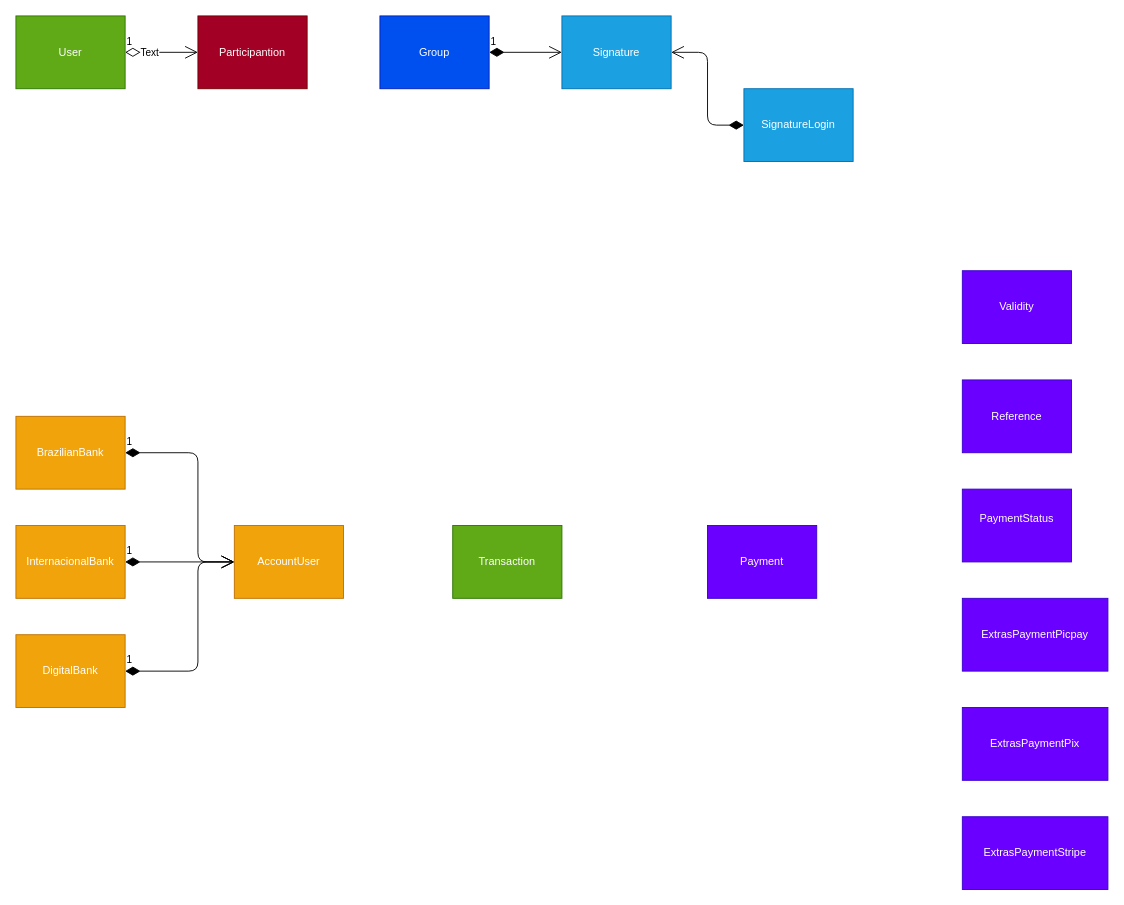
Before: page "Entity model" (3 of 5) of SharEver.drawio in hoiama/UML, a draw.io diagram. Source tidied: cells renumbered, new cells numbered last; positions are measured from the earlier drawing's top-left corner, leaving out a move shared by most shapes. Both pictures are drawn from the tidied source at 91%, with x=0, y=0 at pixel (15, 15).
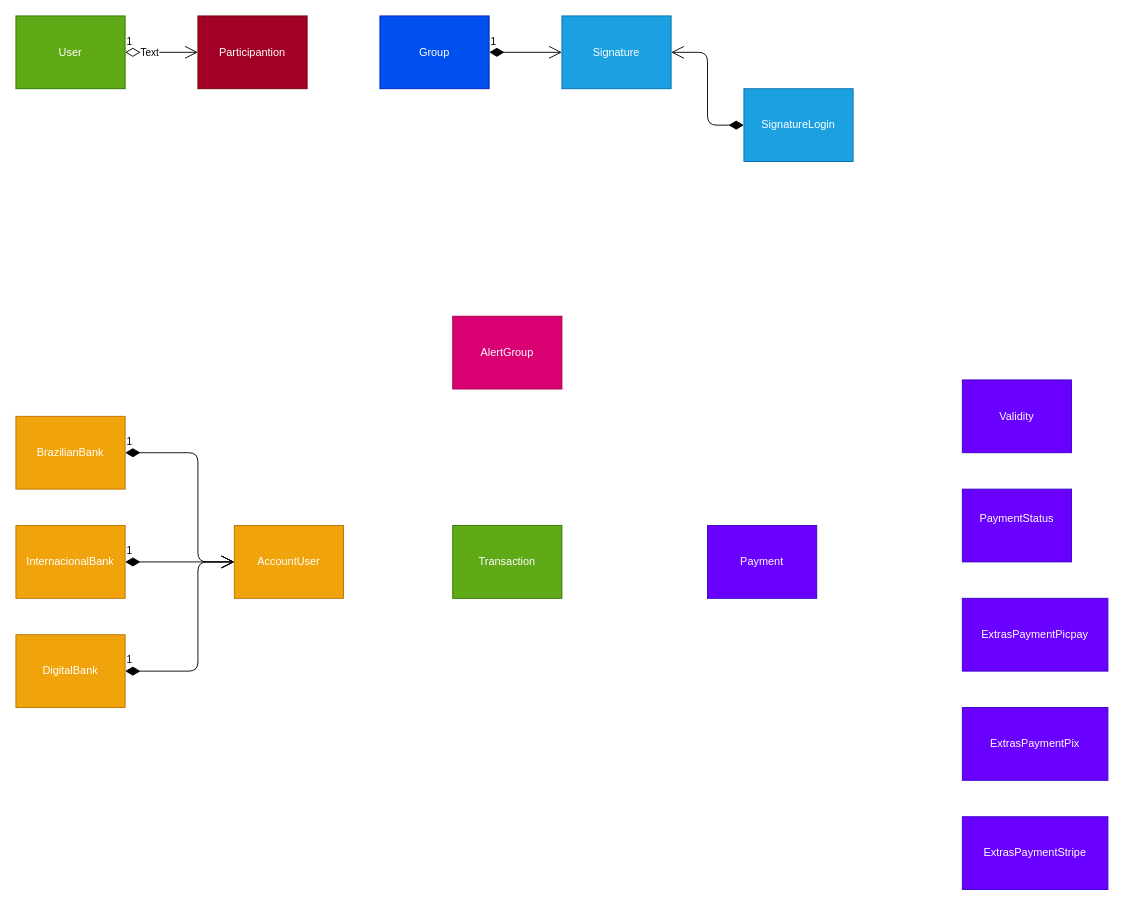
The same diagram, later.

What changed in the source:
```diff
@@
     <mxCell id="14" value="Validity" style="rounded=0;whiteSpace=wrap;html=1;fillColor=#6a00ff;strokeColor=#3700CC;fontColor=#ffffff;" parent="1" vertex="1">
-      <mxGeometry x="1040" y="280" width="120" height="80" as="geometry" />
+      <mxGeometry x="1040" y="400" width="120" height="80" as="geometry" />
     </mxCell>
-    <mxCell id="15" value="Reference" style="rounded=0;whiteSpace=wrap;html=1;fillColor=#6a00ff;strokeColor=#3700CC;fontColor=#ffffff;" parent="1" vertex="1">
-      <mxGeometry x="1040" y="400" width="120" height="80" as="geometry" />
-    </mxCell>
@@
+    <mxCell id="26" value="AlertGroup" style="rounded=0;whiteSpace=wrap;html=1;fillColor=#d80073;strokeColor=#A50040;fontColor=#ffffff;" parent="1" vertex="1">
+      <mxGeometry x="480" y="330" width="120" height="80" as="geometry" />
+    </mxCell>
```
